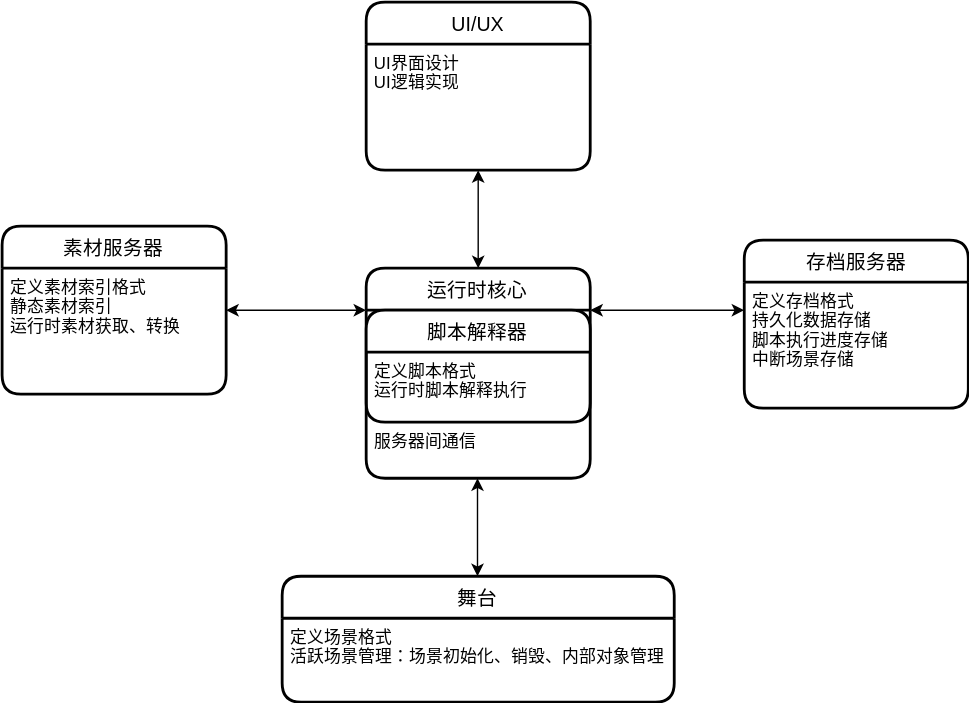
YYF233333/Ring keeps this draw.io diagram as assets/引擎架构.drawio.svg. Above is the earlier version. Source tidied: cells renumbered, new cells last; positions are measured from the earlier drawing's top-left corner, leaving out a move shared by most shapes.
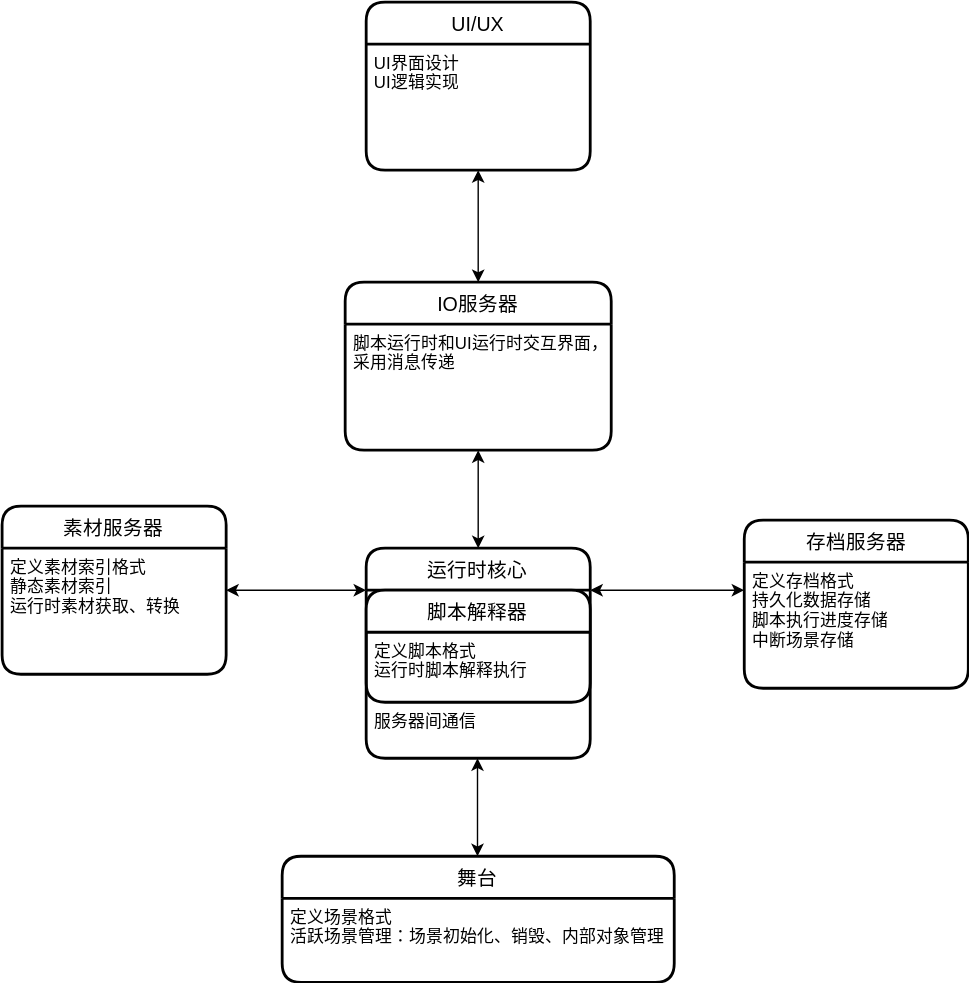
After the commit.

What changed in the source:
```diff
@@ -38,11 +38,11 @@
     <mxCell id="10" value="定义场景格式&#10;活跃场景管理：场景初始化、销毁、内部对象管理" style="align=left;strokeColor=none;fillColor=none;spacingLeft=4;fontSize=12;verticalAlign=top;" parent="9" vertex="1">
       <mxGeometry y="30" width="280" height="60" as="geometry" />
     </mxCell>
-    <mxCell id="11" value="UI/UX" style="swimlane;horizontal=1;startSize=30;rounded=1;fontSize=14;fontStyle=0;strokeWidth=2;shadow=0;dashed=0;align=center;" parent="1" vertex="1">
-      <mxGeometry x="260" width="160" height="120" as="geometry" />
+    <mxCell id="11" value="IO服务器" style="swimlane;horizontal=1;startSize=30;rounded=1;fontSize=14;fontStyle=0;strokeWidth=2;shadow=0;dashed=0;align=center;" parent="1" vertex="1">
+      <mxGeometry x="245" width="190" height="120" as="geometry" />
     </mxCell>
-    <mxCell id="12" value="UI界面设计&#10;UI逻辑实现" style="align=left;strokeColor=none;fillColor=none;spacingLeft=4;fontSize=12;verticalAlign=top;" parent="11" vertex="1">
-      <mxGeometry y="30" width="160" height="90" as="geometry" />
+    <mxCell id="12" value="脚本运行时和UI运行时交互界面，&#10;采用消息传递" style="align=left;strokeColor=none;fillColor=none;spacingLeft=4;fontSize=12;verticalAlign=top;" parent="11" vertex="1">
+      <mxGeometry y="30" width="190" height="90" as="geometry" />
     </mxCell>
     <mxCell id="13" value="运行时核心" style="swimlane;horizontal=1;startSize=30;rounded=1;fontSize=14;fontStyle=0;strokeWidth=2;shadow=0;dashed=0;align=center;" parent="1" vertex="1">
       <mxGeometry x="260" y="190" width="160" height="150" as="geometry" />
@@ -62,5 +62,14 @@
         <mxPoint x="339.5" y="340" as="targetPoint" />
       </mxGeometry>
     </mxCell>
+    <mxCell id="18" value="UI/UX" style="swimlane;horizontal=1;startSize=30;rounded=1;fontSize=14;fontStyle=0;strokeWidth=2;shadow=0;dashed=0;align=center;" parent="1" vertex="1">
+      <mxGeometry x="260" y="-200" width="160" height="120" as="geometry" />
+    </mxCell>
+    <mxCell id="19" value="UI界面设计&#10;UI逻辑实现" style="align=left;strokeColor=none;fillColor=none;spacingLeft=4;fontSize=12;verticalAlign=top;" parent="18" vertex="1">
+      <mxGeometry y="30" width="160" height="90" as="geometry" />
+    </mxCell>
+    <mxCell id="20" style="endArrow=classic;startArrow=classic;html=1;rounded=0;entryX=0.5;entryY=1;entryDx=0;entryDy=0;exitX=0.5;exitY=0;exitDx=0;exitDy=0;" parent="1" edge="1" source="11" target="19">
+      <mxGeometry relative="1" as="geometry" />
+    </mxCell>
   </root>
 </mxGraphModel>
```
